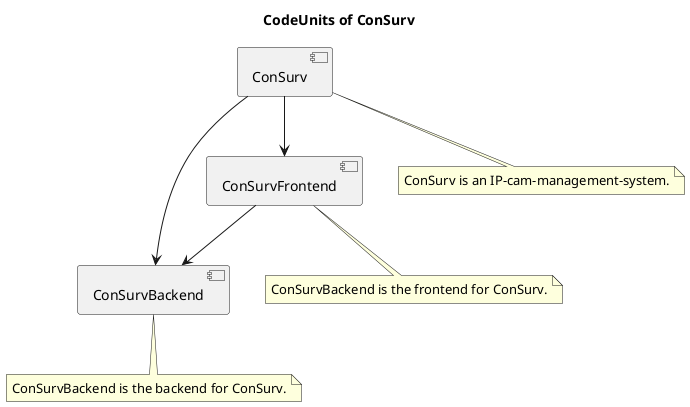
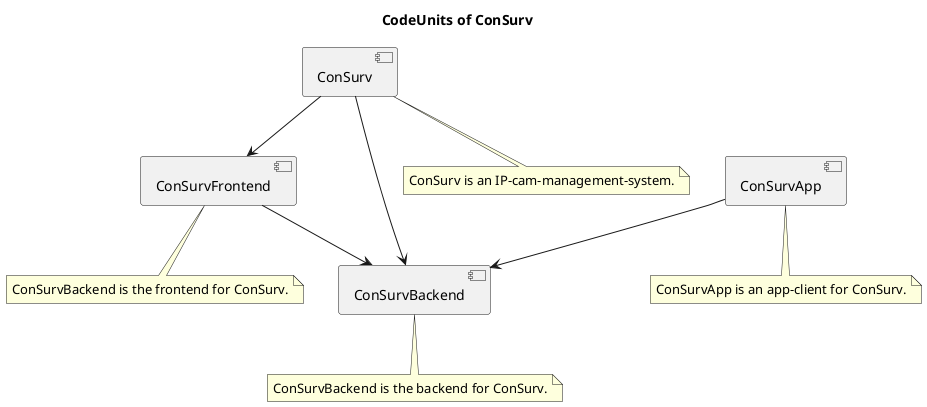
@startuml CodeUnits-Overview
title CodeUnits of ConSurv

[ConSurvBackend]
note as ConSurvBackendNote
  ConSurvBackend is the backend for ConSurv.
end note
ConSurvBackend .. ConSurvBackendNote
+ 
+ [ConSurvApp]
+ note as ConSurvAppNote
+   ConSurvApp is an app-client for ConSurv.
+ end note
+ ConSurvApp .. ConSurvAppNote

[ConSurvFrontend]
note as ConSurvFrontendNote
  ConSurvBackend is the frontend for ConSurv.
end note
ConSurvFrontend .. ConSurvFrontendNote

[ConSurv]
note as ConSurvNote
  ConSurv is an IP-cam-management-system.
end note
ConSurv .. ConSurvNote

+ ConSurvApp --> ConSurvBackend
ConSurvFrontend --> ConSurvBackend
ConSurv --> ConSurvBackend
ConSurv --> ConSurvFrontend

@enduml